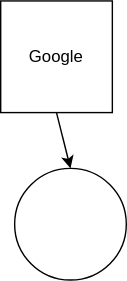
sdwlig/env keeps this draw.io diagram as test.drawio.svg. Above is the earlier version. Source tidied: cells renumbered, new cells last; positions are measured from the earlier drawing's top-left corner, leaving out a move shared by most shapes. The source it was exported from:
```xml
<mxGraphModel>
  <root>
    <mxCell id="0" />
    <mxCell id="1" parent="0" />
    <mxCell id="2" style="edgeStyle=none;html=1;exitX=0.5;exitY=1;exitDx=0;exitDy=0;entryX=0.5;entryY=0;entryDx=0;entryDy=0;" parent="1" edge="1" source="3" target="4">
      <mxGeometry relative="1" as="geometry" />
    </mxCell>
    <mxCell id="3" value="&lt;a href=&quot;https://google.com&quot;&gt;Google&lt;/a&gt;" style="whiteSpace=wrap;html=1;" parent="1" vertex="1">
      <mxGeometry width="80" height="80" as="geometry" />
    </mxCell>
    <mxCell id="4" style="ellipse;whiteSpace=wrap;html=1;" parent="1" vertex="1">
      <mxGeometry x="10" y="120" width="80" height="80" as="geometry" />
    </mxCell>
  </root>
</mxGraphModel>
```
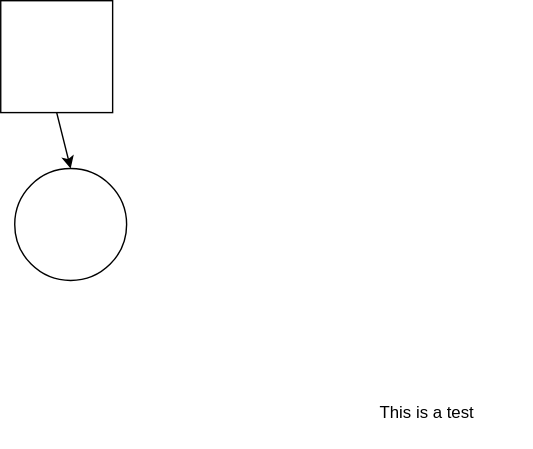
After the commit.

Diff of the diagram source:
```diff
@@ -5,11 +5,14 @@
     <mxCell id="2" style="edgeStyle=none;html=1;exitX=0.5;exitY=1;exitDx=0;exitDy=0;entryX=0.5;entryY=0;entryDx=0;entryDy=0;" parent="1" edge="1" source="3" target="4">
       <mxGeometry relative="1" as="geometry" />
     </mxCell>
-    <mxCell id="3" value="&lt;a href=&quot;https://google.com&quot;&gt;Google&lt;/a&gt;" style="whiteSpace=wrap;html=1;" parent="1" vertex="1">
+    <mxCell id="3" value="&lt;div&gt;&lt;a href=&quot;https://google.com&quot;&gt;&lt;br&gt;&lt;/a&gt;&lt;/div&gt;&lt;div&gt;&lt;a href=&quot;https://google.com&quot;&gt;&lt;br&gt;&lt;/a&gt;&lt;/div&gt;" style="whiteSpace=wrap;html=1;" parent="1" vertex="1">
       <mxGeometry width="80" height="80" as="geometry" />
     </mxCell>
     <mxCell id="4" style="ellipse;whiteSpace=wrap;html=1;" parent="1" vertex="1">
       <mxGeometry x="10" y="120" width="80" height="80" as="geometry" />
     </mxCell>
+    <mxCell id="5" value="This is a &lt;a href=&quot;https://google.com&quot;&gt;test&lt;/a&gt;" style="text;html=1;strokeColor=none;fillColor=none;align=center;verticalAlign=middle;whiteSpace=wrap;rounded=0;" parent="1" vertex="1">
+      <mxGeometry x="230" y="270" width="150" height="50" as="geometry" />
+    </mxCell>
   </root>
 </mxGraphModel>
```
